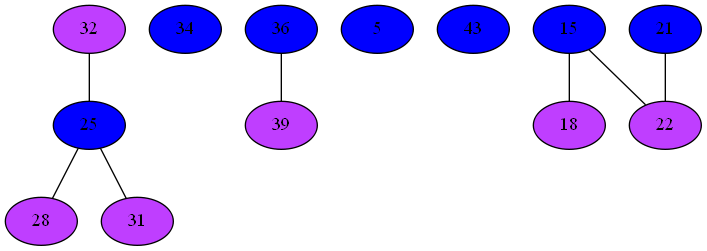
Before: Compiler/34iGraph.png, a diagram exported from Graphviz (mbajaj92/Project-Astoria). Its source is kept beside it as Compiler/34iGraph.dot.
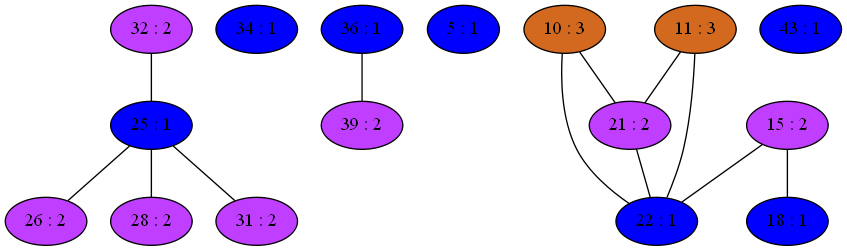
Later version of the same file.

Diff of the diagram source:
```diff
@@ -1,29 +1,42 @@
 strict graph {
-32[label="32" style=filled fillcolor="darkorchid1"];
+32[label="32 : 2" style=filled fillcolor="darkorchid1"];
 32 -- 25
-34[label="34" style=filled fillcolor="blue1"];
-36[label="36" style=filled fillcolor="blue1"];
+34[label="34 : 1" style=filled fillcolor="blue1"];
+36[label="36 : 1" style=filled fillcolor="blue1"];
 36 -- 39
-5[label="5" style=filled fillcolor="blue1"];
-39[label="39" style=filled fillcolor="darkorchid1"];
+5[label="5 : 1" style=filled fillcolor="blue1"];
+39[label="39 : 2" style=filled fillcolor="darkorchid1"];
 39 -- 36
-43[label="43" style=filled fillcolor="blue1"];
-15[label="15" style=filled fillcolor="blue1"];
+10[label="10 : 3" style=filled fillcolor="chocolate"];
+10 -- 21
+10 -- 22
+11[label="11 : 3" style=filled fillcolor="chocolate"];
+11 -- 21
+11 -- 22
+43[label="43 : 1" style=filled fillcolor="blue1"];
+15[label="15 : 2" style=filled fillcolor="darkorchid1"];
 15 -- 18
 15 -- 22
-18[label="18" style=filled fillcolor="darkorchid1"];
+18[label="18 : 1" style=filled fillcolor="blue1"];
 18 -- 15
-21[label="21" style=filled fillcolor="blue1"];
+21[label="21 : 2" style=filled fillcolor="darkorchid1"];
 21 -- 22
-22[label="22" style=filled fillcolor="darkorchid1"];
+21 -- 10
+21 -- 11
+22[label="22 : 1" style=filled fillcolor="blue1"];
 22 -- 21
+22 -- 10
+22 -- 11
 22 -- 15
-25[label="25" style=filled fillcolor="blue1"];
+25[label="25 : 1" style=filled fillcolor="blue1"];
 25 -- 32
+25 -- 26
 25 -- 28
 25 -- 31
-28[label="28" style=filled fillcolor="darkorchid1"];
+26[label="26 : 2" style=filled fillcolor="darkorchid1"];
+26 -- 25
+28[label="28 : 2" style=filled fillcolor="darkorchid1"];
 28 -- 25
-31[label="31" style=filled fillcolor="darkorchid1"];
+31[label="31 : 2" style=filled fillcolor="darkorchid1"];
 31 -- 25
 }
```
